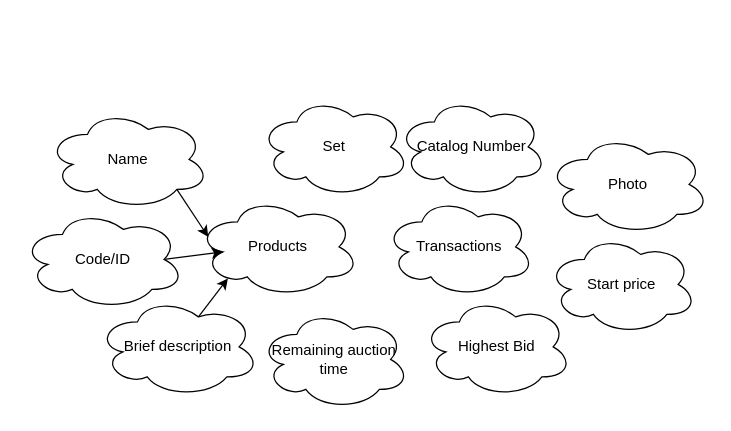
Arnaldo1990/Database-Development-Day-1 keeps this draw.io diagram as page "Page-1" (1 of 2) of auctionhouse.drawio. Above is the earlier version. Source tidied: cells renumbered, new cells numbered last; positions are measured from the earlier drawing's top-left corner, leaving out a move shared by most shapes. Both pictures are drawn from the tidied source at 125%, with x=0, y=0 at pixel (21, 96).
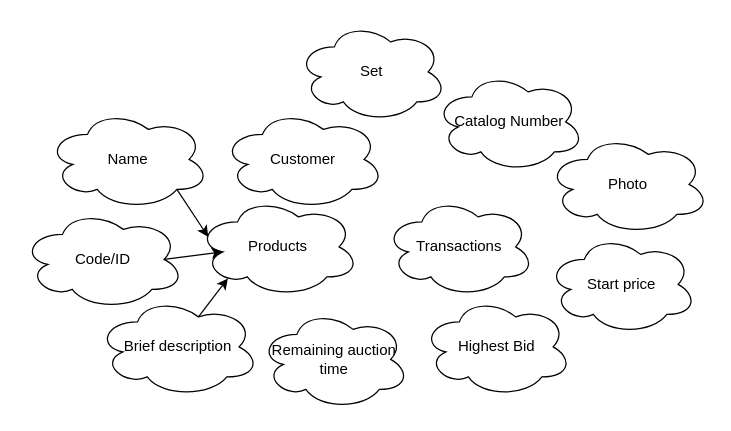
The same page after the edit.

What changed in the source:
```diff
@@
 <mxGraphModel>
   <root>
     <mxCell id="0" />
     <mxCell id="1" parent="0" />
     <mxCell id="2" value="Transactions" style="ellipse;shape=cloud;whiteSpace=wrap;html=1;" parent="1" vertex="1">
       <mxGeometry x="290" y="80" width="120" height="80" as="geometry" />
     </mxCell>
     <mxCell id="3" value="Catalog Number" style="ellipse;shape=cloud;whiteSpace=wrap;html=1;" parent="1" vertex="1">
-      <mxGeometry x="300" width="120" height="80" as="geometry" />
+      <mxGeometry x="330" y="-20" width="120" height="80" as="geometry" />
     </mxCell>
     <mxCell id="4" value="Set" style="ellipse;shape=cloud;whiteSpace=wrap;html=1;" parent="1" vertex="1">
-      <mxGeometry x="190" width="120" height="80" as="geometry" />
+      <mxGeometry x="220" y="-60" width="120" height="80" as="geometry" />
     </mxCell>
     <mxCell id="5" value="Start price" style="ellipse;shape=cloud;whiteSpace=wrap;html=1;" parent="1" vertex="1">
       <mxGeometry x="420" y="110" width="120" height="80" as="geometry" />
     </mxCell>
     <mxCell id="6" value="Highest Bid" style="ellipse;shape=cloud;whiteSpace=wrap;html=1;" parent="1" vertex="1">
       <mxGeometry x="320" y="160" width="120" height="80" as="geometry" />
     </mxCell>
     <mxCell id="7" value="Remaining auction time" style="ellipse;shape=cloud;whiteSpace=wrap;html=1;" parent="1" vertex="1">
       <mxGeometry x="190" y="170" width="120" height="80" as="geometry" />
     </mxCell>
     <mxCell id="8" value="Products" style="ellipse;shape=cloud;whiteSpace=wrap;html=1;" parent="1" vertex="1">
       <mxGeometry x="140" y="80" width="130" height="80" as="geometry" />
     </mxCell>
     <mxCell id="9" style="edgeStyle=none;html=1;exitX=0.875;exitY=0.5;exitDx=0;exitDy=0;exitPerimeter=0;entryX=0.16;entryY=0.55;entryDx=0;entryDy=0;entryPerimeter=0;" parent="1" edge="1" source="10" target="8">
       <mxGeometry relative="1" as="geometry" />
     </mxCell>
     <mxCell id="10" value="Code/ID" style="ellipse;shape=cloud;whiteSpace=wrap;html=1;" parent="1" vertex="1">
       <mxGeometry y="90" width="130" height="80" as="geometry" />
     </mxCell>
     <mxCell id="11" style="edgeStyle=none;html=1;exitX=0.8;exitY=0.8;exitDx=0;exitDy=0;exitPerimeter=0;entryX=0.07;entryY=0.4;entryDx=0;entryDy=0;entryPerimeter=0;" parent="1" edge="1" source="12" target="8">
       <mxGeometry relative="1" as="geometry" />
     </mxCell>
     <mxCell id="12" value="Name" style="ellipse;shape=cloud;whiteSpace=wrap;html=1;" parent="1" vertex="1">
       <mxGeometry x="20" y="10" width="130" height="80" as="geometry" />
     </mxCell>
     <mxCell id="13" style="edgeStyle=none;html=1;exitX=0.625;exitY=0.2;exitDx=0;exitDy=0;exitPerimeter=0;entryX=0.191;entryY=0.815;entryDx=0;entryDy=0;entryPerimeter=0;" parent="1" edge="1" source="14" target="8">
       <mxGeometry relative="1" as="geometry" />
     </mxCell>
     <mxCell id="14" value="Brief description" style="ellipse;shape=cloud;whiteSpace=wrap;html=1;" parent="1" vertex="1">
       <mxGeometry x="60" y="160" width="130" height="80" as="geometry" />
     </mxCell>
     <mxCell id="15" value="Photo" style="ellipse;shape=cloud;whiteSpace=wrap;html=1;" parent="1" vertex="1">
       <mxGeometry x="420" y="30" width="130" height="80" as="geometry" />
     </mxCell>
+    <mxCell id="16" value="Customer" style="ellipse;shape=cloud;whiteSpace=wrap;html=1;" parent="1" vertex="1">
+      <mxGeometry x="160" y="10" width="130" height="80" as="geometry" />
+    </mxCell>
   </root>
 </mxGraphModel>
```
